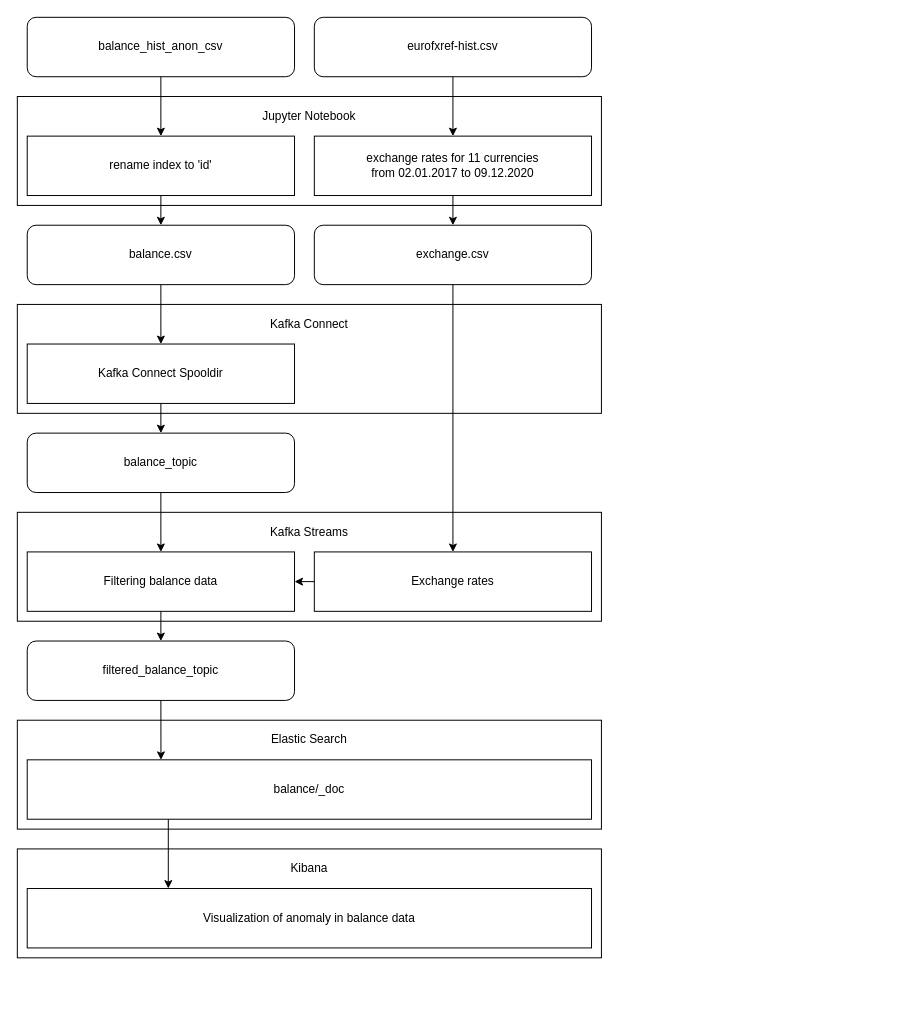
Above: report/architecture.drawio in JoeRakhimov/AnomalyDetection (draw.io), before the change. Source tidied: cells renumbered, new cells numbered last; positions are measured from the earlier drawing's top-left corner, leaving out a move shared by most shapes. Both pictures are drawn from the tidied source at 99%, with x=0, y=0 at pixel (17, 17).
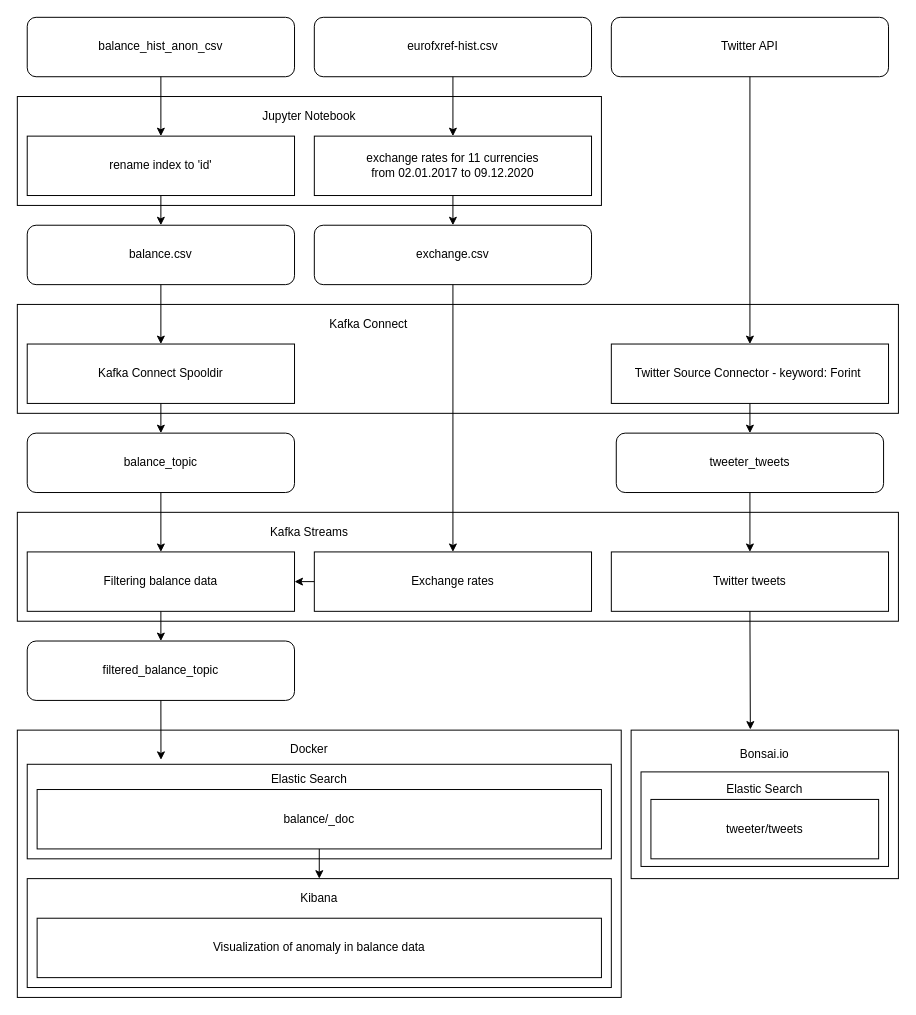
Above is the later version.

Commit message (it also covers changes not shown here):
Updated system architecture diagram

Diff of the diagram source:
```diff
@@
+    <mxCell id="37" style="rounded=0;whiteSpace=wrap;html=1;" parent="1" vertex="1">
+      <mxGeometry y="720" width="610" height="270" as="geometry" />
+    </mxCell>
@@
     <mxCell id="4" style="rounded=0;whiteSpace=wrap;html=1;" parent="1" vertex="1">
-      <mxGeometry y="290" width="590" height="110" as="geometry" />
+      <mxGeometry y="290" width="890" height="110" as="geometry" />
     </mxCell>
@@
     <mxCell id="6" value="Kafka Connect" style="text;html=1;strokeColor=none;fillColor=none;align=center;verticalAlign=middle;whiteSpace=wrap;rounded=0;" parent="1" vertex="1">
-      <mxGeometry x="230" y="300" width="130" height="20" as="geometry" />
+      <mxGeometry x="290" y="300" width="130" height="20" as="geometry" />
     </mxCell>
@@
     <mxCell id="9" style="rounded=0;whiteSpace=wrap;html=1;" parent="1" vertex="1">
-      <mxGeometry y="500" width="590" height="110" as="geometry" />
+      <mxGeometry y="500" width="890" height="110" as="geometry" />
     </mxCell>
@@
     <mxCell id="16" style="rounded=0;whiteSpace=wrap;html=1;" parent="1" vertex="1">
-      <mxGeometry y="710" width="590" height="110" as="geometry" />
+      <mxGeometry x="10" y="754.5" width="590" height="95.5" as="geometry" />
     </mxCell>
     <mxCell id="17" value="Elastic Search" style="text;html=1;strokeColor=none;fillColor=none;align=center;verticalAlign=middle;whiteSpace=wrap;rounded=0;" parent="1" vertex="1">
-      <mxGeometry x="230" y="720" width="130" height="20" as="geometry" />
+      <mxGeometry x="230" y="760" width="130" height="20" as="geometry" />
     </mxCell>
@@
     <mxCell id="20" value="balance/_doc" style="rounded=0;whiteSpace=wrap;html=1;" parent="1" vertex="1">
-      <mxGeometry x="10" y="750" width="570" height="60" as="geometry" />
+      <mxGeometry x="20" y="780" width="570" height="60" as="geometry" />
     </mxCell>
     <mxCell id="21" style="rounded=0;whiteSpace=wrap;html=1;" parent="1" vertex="1">
-      <mxGeometry y="840" width="590" height="110" as="geometry" />
+      <mxGeometry x="10" y="870" width="590" height="110" as="geometry" />
     </mxCell>
     <mxCell id="22" value="Kibana" style="text;html=1;strokeColor=none;fillColor=none;align=center;verticalAlign=middle;whiteSpace=wrap;rounded=0;" parent="1" vertex="1">
-      <mxGeometry x="230" y="850" width="130" height="20" as="geometry" />
+      <mxGeometry x="240" y="880" width="130" height="20" as="geometry" />
     </mxCell>
     <mxCell id="23" value="&lt;span&gt;Visualization of anomaly in balance data&lt;/span&gt;" style="rounded=0;whiteSpace=wrap;html=1;" parent="1" vertex="1">
-      <mxGeometry x="10" y="880" width="570" height="60" as="geometry" />
+      <mxGeometry x="20" y="910" width="570" height="60" as="geometry" />
     </mxCell>
@@
-    <mxCell id="36" style="endArrow=classic;html=1;exitX=0.25;exitY=1;exitDx=0;exitDy=0;entryX=0.25;entryY=0;entryDx=0;entryDy=0;" parent="1" edge="1" source="20" target="23">
+    <mxCell id="36" style="endArrow=classic;html=1;exitX=0.5;exitY=1;exitDx=0;exitDy=0;" parent="1" edge="1" source="20" target="21">
       <mxGeometry relative="1" as="geometry" />
     </mxCell>
+    <mxCell id="38" value="Docker" style="text;html=1;strokeColor=none;fillColor=none;align=center;verticalAlign=middle;whiteSpace=wrap;rounded=0;" parent="1" vertex="1">
+      <mxGeometry x="230" y="730" width="130" height="20" as="geometry" />
+    </mxCell>
+    <mxCell id="39" value="Twitter API" style="rounded=1;whiteSpace=wrap;html=1;" parent="1" vertex="1">
+      <mxGeometry x="600" width="280" height="60" as="geometry" />
+    </mxCell>
+    <mxCell id="40" value="Twitter Source Connector - keyword: Forint&amp;nbsp;" style="rounded=0;whiteSpace=wrap;html=1;" parent="1" vertex="1">
+      <mxGeometry x="600" y="330" width="280" height="60" as="geometry" />
+    </mxCell>
+    <mxCell id="41" style="endArrow=classic;html=1;exitX=0.5;exitY=1;exitDx=0;exitDy=0;" parent="1" edge="1" source="39" target="40">
+      <mxGeometry relative="1" as="geometry" />
+    </mxCell>
+    <mxCell id="42" value="Twitter tweets" style="rounded=0;whiteSpace=wrap;html=1;" parent="1" vertex="1">
+      <mxGeometry x="600" y="540" width="280" height="60" as="geometry" />
+    </mxCell>
+    <mxCell id="43" value="tweeter_tweets" style="rounded=1;whiteSpace=wrap;html=1;" parent="1" vertex="1">
+      <mxGeometry x="605" y="420" width="270" height="60" as="geometry" />
+    </mxCell>
+    <mxCell id="44" style="endArrow=classic;html=1;exitX=0.5;exitY=1;exitDx=0;exitDy=0;entryX=0.5;entryY=0;entryDx=0;entryDy=0;" parent="1" edge="1" source="40" target="43">
+      <mxGeometry relative="1" as="geometry" />
+    </mxCell>
+    <mxCell id="45" style="endArrow=classic;html=1;exitX=0.5;exitY=1;exitDx=0;exitDy=0;" parent="1" edge="1" source="43" target="42">
+      <mxGeometry relative="1" as="geometry" />
+    </mxCell>
+    <mxCell id="46" style="rounded=0;whiteSpace=wrap;html=1;" parent="1" vertex="1">
+      <mxGeometry x="620" y="720" width="270" height="150" as="geometry" />
+    </mxCell>
+    <mxCell id="47" value="Bonsai.io" style="text;html=1;strokeColor=none;fillColor=none;align=center;verticalAlign=middle;whiteSpace=wrap;rounded=0;" parent="1" vertex="1">
+      <mxGeometry x="690" y="735" width="130" height="20" as="geometry" />
+    </mxCell>
+    <mxCell id="48" style="rounded=0;whiteSpace=wrap;html=1;" parent="1" vertex="1">
+      <mxGeometry x="630" y="762.2" width="250" height="95.5" as="geometry" />
+    </mxCell>
+    <mxCell id="49" value="Elastic Search" style="text;html=1;strokeColor=none;fillColor=none;align=center;verticalAlign=middle;whiteSpace=wrap;rounded=0;" parent="1" vertex="1">
+      <mxGeometry x="690" y="770" width="130" height="20" as="geometry" />
+    </mxCell>
+    <mxCell id="50" value="tweeter/tweets" style="rounded=0;whiteSpace=wrap;html=1;" parent="1" vertex="1">
+      <mxGeometry x="640" y="790" width="230" height="60" as="geometry" />
+    </mxCell>
+    <mxCell id="51" style="endArrow=classic;html=1;exitX=0.5;exitY=1;exitDx=0;exitDy=0;entryX=0.446;entryY=-0.004;entryDx=0;entryDy=0;entryPerimeter=0;" parent="1" edge="1" source="42" target="46">
+      <mxGeometry relative="1" as="geometry" />
+    </mxCell>
```
